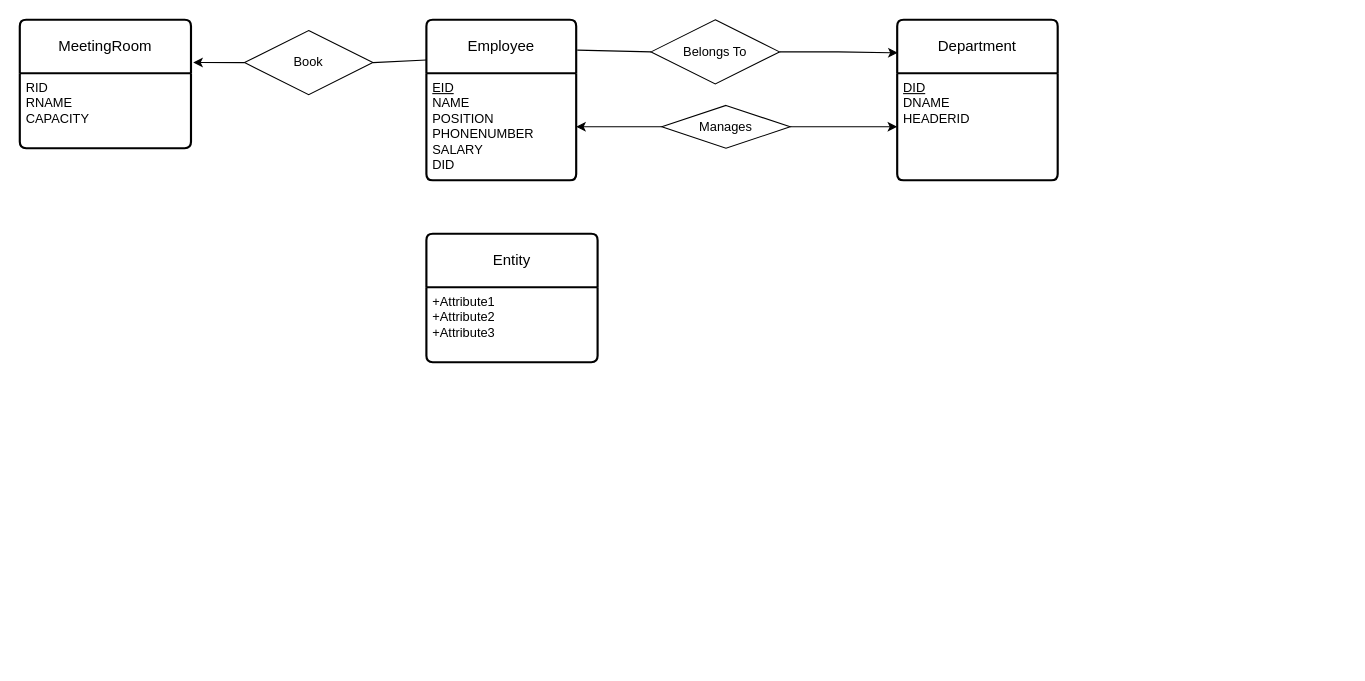
This is directory/ER_LAB1.drawio from lllwwwooo/draw.io, a draw.io file, before an edit. Source tidied: cells renumbered, new cells numbered last; positions are measured from the earlier drawing's top-left corner, leaving out a move shared by most shapes. Both pictures are drawn from the tidied source at 107%, with x=0, y=0 at pixel (19, 19).
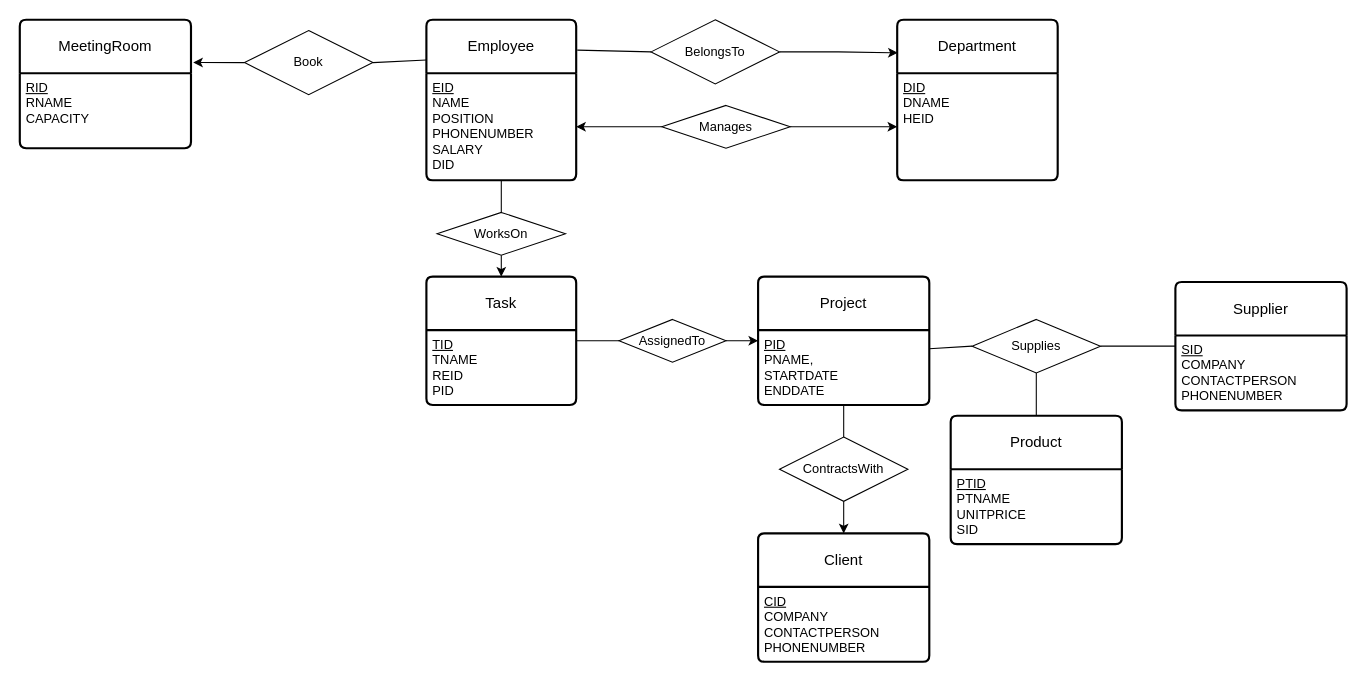
Above is the later version.

The change refers to these unchanged cells:
```xml
<mxCell id="3" value="&lt;u&gt;EID&lt;/u&gt;&lt;br&gt;NAME&lt;br&gt;POSITION&lt;br&gt;PHONENUMBER&lt;br&gt;SALARY&lt;br&gt;DID" style="align=left;strokeColor=none;fillColor=none;spacingLeft=4;fontSize=12;verticalAlign=top;html=1;points=[[0,0,0,0,0],[0,0.25,0,0,0],[0,0.5,0,0,0],[0,0.75,0,0,0],[0,1,0,0,0],[0.25,0,0,0,0],[0.25,1,0,0,0],[0.5,0,0,0,0],[0.5,1,0,0,0],[0.75,0,0,0,0],[0.75,1,0,0,0],[1,0,0,0,0],[1,0.25,0,0,0],[1,0.5,0,0,0],[1,0.75,0,0,0],[1,1,0,0,0]];" parent="2" vertex="1">
  <mxGeometry y="50" width="140" height="100" as="geometry" />
</mxCell>
<mxCell id="4" value="Department" style="swimlane;horizontal=1;startSize=50;rounded=1;fontSize=14;fontStyle=0;strokeWidth=2;shadow=0;dashed=0;align=center;arcSize=4;whiteSpace=wrap;html=1;" parent="1" vertex="1">
  <mxGeometry x="820" width="150" height="150" as="geometry" />
</mxCell>
<mxCell id="11" value="MeetingRoom" style="swimlane;horizontal=1;startSize=50;rounded=1;fontSize=14;fontStyle=0;strokeWidth=2;shadow=0;dashed=0;align=center;arcSize=4;whiteSpace=wrap;html=1;" parent="1" vertex="1">
  <mxGeometry width="160" height="120" as="geometry" />
</mxCell>
```

Diff of the diagram source:
```diff
@@
-    <mxCell id="5" value="&lt;u&gt;DID&lt;/u&gt;&lt;br&gt;DNAME&lt;br&gt;HEADERID" style="align=left;strokeColor=none;fillColor=none;spacingLeft=4;fontSize=12;verticalAlign=top;html=1;" parent="4" vertex="1">
+    <mxCell id="5" value="&lt;u&gt;DID&lt;/u&gt;&lt;br&gt;DNAME&lt;br&gt;HEID" style="align=left;strokeColor=none;fillColor=none;spacingLeft=4;fontSize=12;verticalAlign=top;html=1;" parent="4" vertex="1">
       <mxGeometry y="50" width="150" height="100" as="geometry" />
     </mxCell>
-    <mxCell id="6" value="Belongs To" style="shape=rhombus;perimeter=rhombusPerimeter;whiteSpace=wrap;html=1;align=center;" parent="1" vertex="1">
+    <mxCell id="6" value="BelongsTo" style="shape=rhombus;perimeter=rhombusPerimeter;whiteSpace=wrap;html=1;align=center;" parent="1" vertex="1">
       <mxGeometry x="590" width="120" height="60" as="geometry" />
     </mxCell>
@@
-    <mxCell id="12" value="RID&lt;br&gt;RNAME&lt;br&gt;CAPACITY" style="align=left;strokeColor=none;fillColor=none;spacingLeft=4;fontSize=12;verticalAlign=top;html=1;" parent="11" vertex="1">
+    <mxCell id="12" value="&lt;u&gt;RID&lt;/u&gt;&lt;br&gt;RNAME&lt;br&gt;CAPACITY" style="align=left;strokeColor=none;fillColor=none;spacingLeft=4;fontSize=12;verticalAlign=top;html=1;" parent="11" vertex="1">
       <mxGeometry y="50" width="160" height="70" as="geometry" />
     </mxCell>
@@
-    <mxCell id="17" value="Entity" style="swimlane;horizontal=1;startSize=50;rounded=1;fontSize=14;fontStyle=0;strokeWidth=2;shadow=0;dashed=0;align=center;arcSize=4;whiteSpace=wrap;html=1;" parent="1" vertex="1">
-      <mxGeometry x="380" y="200" width="160" height="120" as="geometry" />
+    <mxCell id="17" value="Task" style="swimlane;horizontal=1;startSize=50;rounded=1;fontSize=14;fontStyle=0;strokeWidth=2;shadow=0;dashed=0;align=center;arcSize=4;whiteSpace=wrap;html=1;" parent="1" vertex="1">
+      <mxGeometry x="380" y="240" width="140" height="120" as="geometry" />
     </mxCell>
-    <mxCell id="18" value="+Attribute1&#10;+Attribute2&#10;+Attribute3" style="align=left;strokeColor=none;fillColor=none;spacingLeft=4;fontSize=12;verticalAlign=top;html=1;" parent="17" vertex="1">
-      <mxGeometry y="50" width="160" height="70" as="geometry" />
+    <mxCell id="18" value="&lt;u&gt; TID&lt;/u&gt;&lt;br&gt;TNAME&lt;br&gt;REID &lt;br&gt;PID" style="align=left;strokeColor=none;fillColor=none;spacingLeft=4;fontSize=12;verticalAlign=top;html=1;" parent="17" vertex="1">
+      <mxGeometry y="50" width="140" height="70" as="geometry" />
     </mxCell>
+    <mxCell id="19" style="edgeStyle=orthogonalEdgeStyle;rounded=0;jettySize=auto;html=1;exitX=0.5;exitY=1;exitDx=0;exitDy=0;entryX=0.5;entryY=0;entryDx=0;entryDy=0;" parent="1" edge="1" source="20" target="17">
+      <mxGeometry relative="1" as="geometry" />
+    </mxCell>
+    <mxCell id="20" value="WorksOn" style="shape=rhombus;perimeter=rhombusPerimeter;whiteSpace=wrap;html=1;align=center;" parent="1" vertex="1">
+      <mxGeometry x="390" y="180" width="120" height="40" as="geometry" />
+    </mxCell>
+    <mxCell id="21" style="endArrow=none;html=1;rounded=0;exitX=0.5;exitY=1;exitDx=0;exitDy=0;exitPerimeter=0;entryX=0.5;entryY=0;entryDx=0;entryDy=0;" parent="1" edge="1" source="3" target="20">
+      <mxGeometry relative="1" as="geometry" />
+    </mxCell>
+    <mxCell id="22" value="Project" style="swimlane;horizontal=1;startSize=50;rounded=1;fontSize=14;fontStyle=0;strokeWidth=2;shadow=0;dashed=0;align=center;arcSize=4;whiteSpace=wrap;html=1;" parent="1" vertex="1">
+      <mxGeometry x="690" y="240" width="160" height="120" as="geometry" />
+    </mxCell>
+    <mxCell id="23" value="&lt;u&gt;PID&lt;/u&gt;&lt;br&gt;PNAME,&lt;br&gt;STARTDATE&lt;br&gt;ENDDATE" style="align=left;strokeColor=none;fillColor=none;spacingLeft=4;fontSize=12;verticalAlign=top;html=1;" parent="22" vertex="1">
+      <mxGeometry y="50" width="160" height="70" as="geometry" />
+    </mxCell>
+    <mxCell id="24" style="edgeStyle=orthogonalEdgeStyle;rounded=0;jettySize=auto;html=1;entryX=0;entryY=0.5;entryDx=0;entryDy=0;" parent="1" edge="1" source="25" target="22">
+      <mxGeometry relative="1" as="geometry" />
+    </mxCell>
+    <mxCell id="25" value="AssignedTo" style="shape=rhombus;perimeter=rhombusPerimeter;whiteSpace=wrap;html=1;align=center;" parent="1" vertex="1">
+      <mxGeometry x="560" y="280" width="100" height="40" as="geometry" />
+    </mxCell>
+    <mxCell id="26" style="endArrow=none;html=1;rounded=0;exitX=1;exitY=0.143;exitDx=0;exitDy=0;exitPerimeter=0;entryX=0;entryY=0.5;entryDx=0;entryDy=0;" parent="1" edge="1" source="18" target="25">
+      <mxGeometry relative="1" as="geometry" />
+    </mxCell>
+    <mxCell id="27" value="Supplier" style="swimlane;horizontal=1;startSize=50;rounded=1;fontSize=14;fontStyle=0;strokeWidth=2;shadow=0;dashed=0;align=center;arcSize=4;whiteSpace=wrap;html=1;" parent="1" vertex="1">
+      <mxGeometry x="1080" y="245" width="160" height="120" as="geometry" />
+    </mxCell>
+    <mxCell id="28" value="&lt;u&gt; SID&lt;/u&gt;&lt;br&gt;COMPANY&lt;br&gt;CONTACTPERSON&lt;br&gt;PHONENUMBER" style="align=left;strokeColor=none;fillColor=none;spacingLeft=4;fontSize=12;verticalAlign=top;html=1;" parent="27" vertex="1">
+      <mxGeometry y="50" width="160" height="70" as="geometry" />
+    </mxCell>
+    <mxCell id="29" value="Product" style="swimlane;horizontal=1;startSize=50;rounded=1;fontSize=14;fontStyle=0;strokeWidth=2;shadow=0;dashed=0;align=center;arcSize=4;whiteSpace=wrap;html=1;" parent="1" vertex="1">
+      <mxGeometry x="870" y="370" width="160" height="120" as="geometry" />
+    </mxCell>
+    <mxCell id="30" value="&lt;u&gt;PTID&lt;br&gt;&lt;/u&gt;PTNAME&lt;br&gt;UNITPRICE&lt;br&gt;SID" style="align=left;strokeColor=none;fillColor=none;spacingLeft=4;fontSize=12;verticalAlign=top;html=1;" parent="29" vertex="1">
+      <mxGeometry y="50" width="160" height="70" as="geometry" />
+    </mxCell>
+    <mxCell id="31" value="Client" style="swimlane;horizontal=1;startSize=50;rounded=1;fontSize=14;fontStyle=0;strokeWidth=2;shadow=0;dashed=0;align=center;arcSize=4;whiteSpace=wrap;html=1;" parent="1" vertex="1">
+      <mxGeometry x="690" y="480" width="160" height="120" as="geometry" />
+    </mxCell>
+    <mxCell id="32" value="&lt;u&gt;CID&lt;/u&gt;&lt;br&gt;COMPANY&lt;br&gt;CONTACTPERSON&lt;br&gt;PHONENUMBER" style="align=left;strokeColor=none;fillColor=none;spacingLeft=4;fontSize=12;verticalAlign=top;html=1;" parent="31" vertex="1">
+      <mxGeometry y="50" width="160" height="70" as="geometry" />
+    </mxCell>
+    <mxCell id="33" style="edgeStyle=orthogonalEdgeStyle;rounded=0;jettySize=auto;html=1;exitX=0.5;exitY=1;exitDx=0;exitDy=0;entryX=0.5;entryY=0;entryDx=0;entryDy=0;" parent="1" edge="1" source="34" target="31">
+      <mxGeometry relative="1" as="geometry" />
+    </mxCell>
+    <mxCell id="34" value="ContractsWith" style="shape=rhombus;perimeter=rhombusPerimeter;whiteSpace=wrap;html=1;align=center;" parent="1" vertex="1">
+      <mxGeometry x="710" y="390" width="120" height="60" as="geometry" />
+    </mxCell>
+    <mxCell id="35" style="endArrow=none;html=1;rounded=0;exitX=0.5;exitY=1;exitDx=0;exitDy=0;entryX=0.5;entryY=0;entryDx=0;entryDy=0;" parent="1" edge="1" source="23" target="34">
+      <mxGeometry relative="1" as="geometry" />
+    </mxCell>
+    <mxCell id="36" value="Supplies" style="shape=rhombus;perimeter=rhombusPerimeter;whiteSpace=wrap;html=1;align=center;" parent="1" vertex="1">
+      <mxGeometry x="890" y="280" width="120" height="50" as="geometry" />
+    </mxCell>
+    <mxCell id="37" style="endArrow=none;html=1;rounded=0;exitX=1;exitY=0.5;exitDx=0;exitDy=0;entryX=0;entryY=0.5;entryDx=0;entryDy=0;" parent="1" edge="1" source="36" target="27">
+      <mxGeometry relative="1" as="geometry" />
+    </mxCell>
+    <mxCell id="38" style="endArrow=none;html=1;rounded=0;exitX=0.5;exitY=1;exitDx=0;exitDy=0;entryX=0.5;entryY=0;entryDx=0;entryDy=0;" parent="1" edge="1" source="36" target="29">
+      <mxGeometry relative="1" as="geometry" />
+    </mxCell>
+    <mxCell id="39" style="endArrow=none;html=1;rounded=0;exitX=0;exitY=0.5;exitDx=0;exitDy=0;entryX=1;entryY=0.25;entryDx=0;entryDy=0;" parent="1" edge="1" source="36" target="23">
+      <mxGeometry relative="1" as="geometry" />
+    </mxCell>
```
